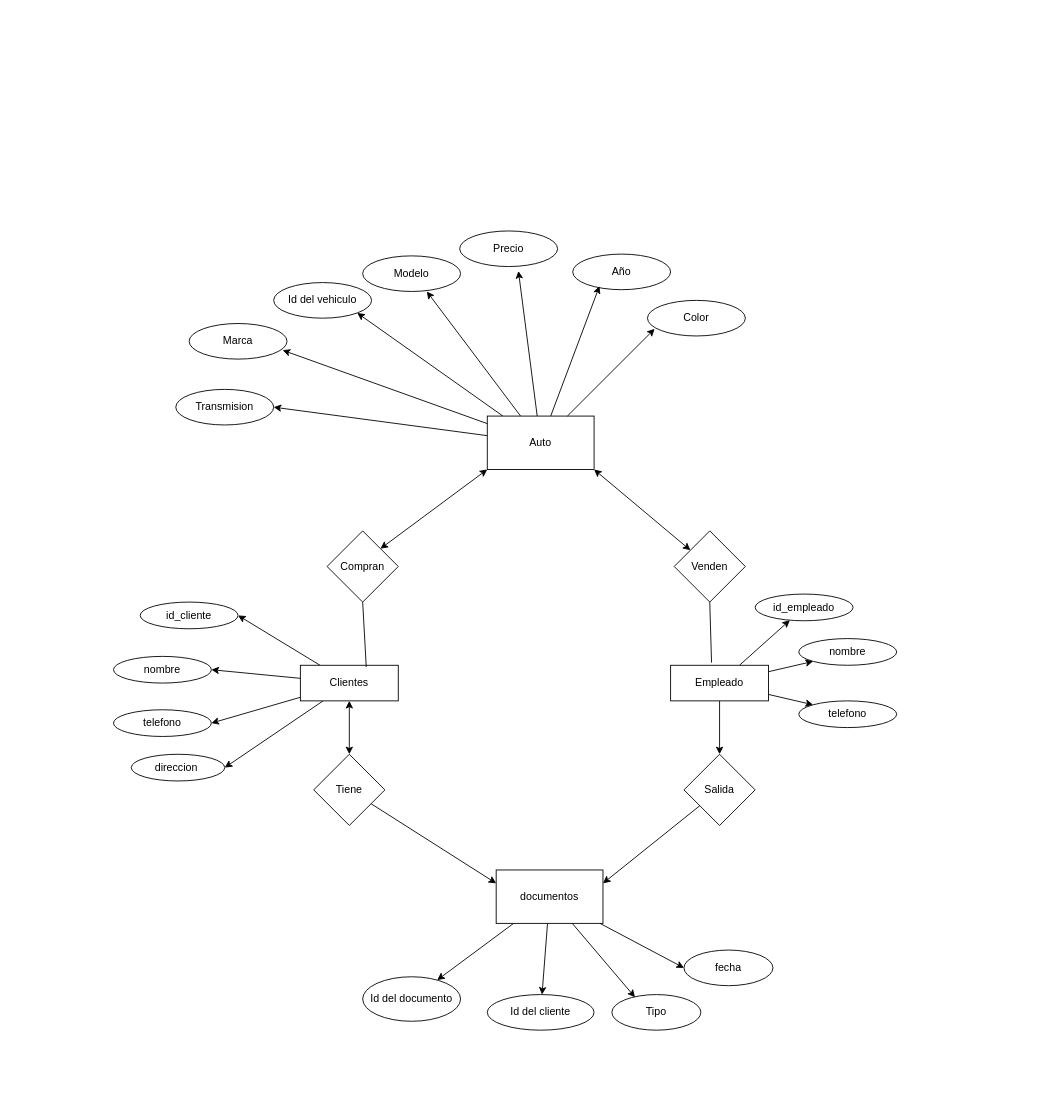
Earlier version of the draw.io diagram page "Página-1" (1 of 2) of diagrama/consencionaria.drawio (GerardoNR/fbd-gerardo-reyes). Source tidied: cells renumbered, new cells numbered last; positions are measured from the earlier drawing's top-left corner, leaving out a move shared by most shapes. Both pictures are drawn from the tidied source at 89%, with x=0, y=0 at pixel (113, 231).
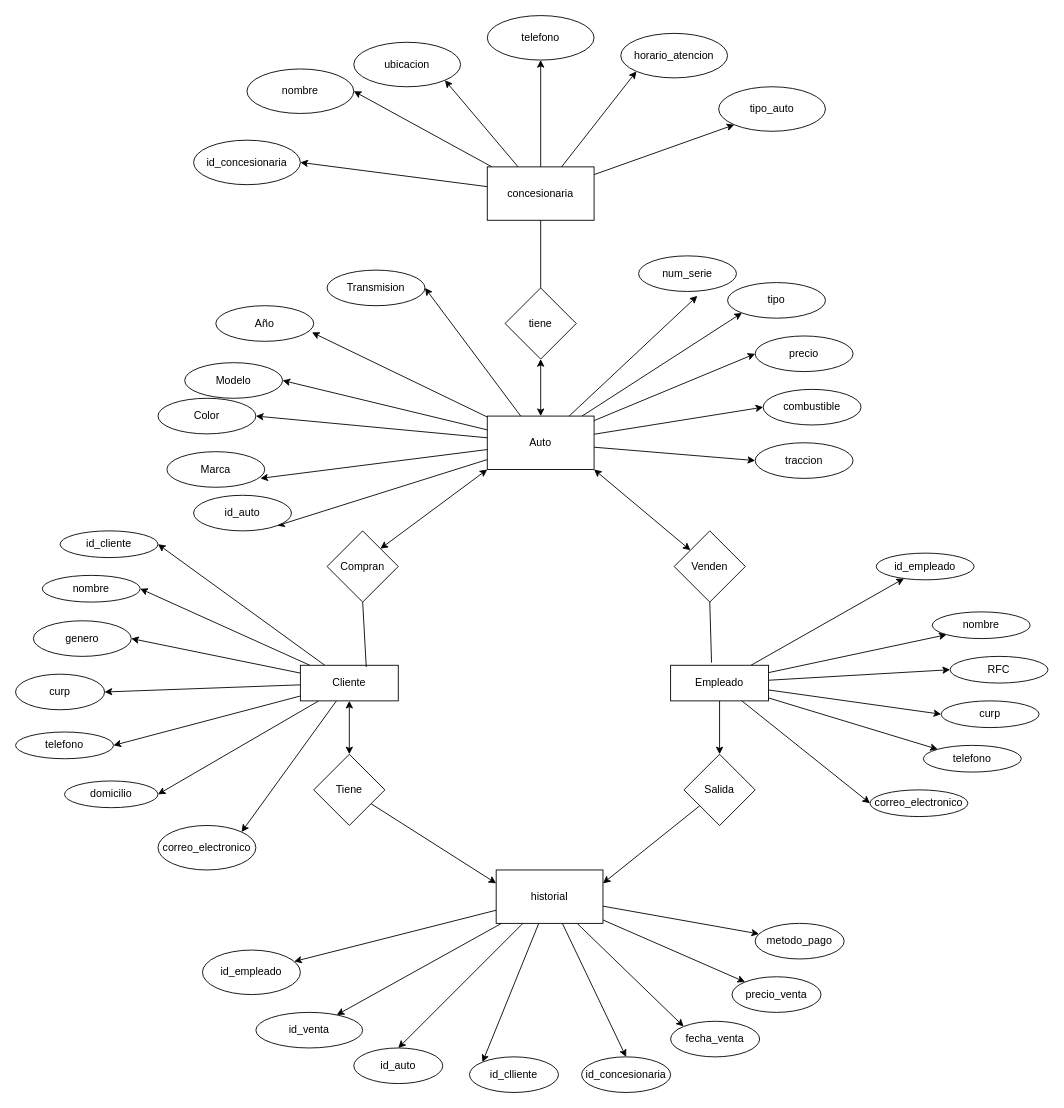
Above is the later version.

The change refers to these unchanged cells:
```xml
<mxCell id="4" value="Auto" style="rounded=0;whiteSpace=wrap;html=1;" parent="1" vertex="1">
  <mxGeometry x="420" y="208" width="120" height="60" as="geometry" />
</mxCell>
<mxCell id="30" value="Empleado" style="rounded=0;whiteSpace=wrap;html=1;" parent="1" vertex="1">
  <mxGeometry x="626" y="488" width="110" height="40" as="geometry" />
</mxCell>
```

What changed in the source:
```diff
@@
+    <mxCell id="54" style="rounded=0;jettySize=auto;html=1;entryX=0;entryY=0.5;entryDx=0;entryDy=0;" parent="1" edge="1" source="4" target="87">
+      <mxGeometry relative="1" as="geometry" />
+    </mxCell>
+    <mxCell id="55" style="rounded=0;jettySize=auto;html=1;entryX=0;entryY=0.5;entryDx=0;entryDy=0;" parent="1" edge="1" source="4" target="86">
+      <mxGeometry relative="1" as="geometry" />
+    </mxCell>
+    <mxCell id="56" style="rounded=0;jettySize=auto;html=1;entryX=0;entryY=0.5;entryDx=0;entryDy=0;" parent="1" edge="1" source="4" target="85">
+      <mxGeometry relative="1" as="geometry" />
+    </mxCell>
+    <mxCell id="57" style="rounded=0;jettySize=auto;html=1;entryX=0;entryY=1;entryDx=0;entryDy=0;" parent="1" edge="1" source="4" target="84">
+      <mxGeometry relative="1" as="geometry" />
+    </mxCell>
@@
     <mxCell id="5" value="Marca" style="ellipse;whiteSpace=wrap;html=1;" parent="1" vertex="1">
-      <mxGeometry x="85" y="104" width="110" height="40" as="geometry" />
+      <mxGeometry x="60" y="248" width="110" height="40" as="geometry" />
     </mxCell>
     <mxCell id="6" value="Año" style="ellipse;whiteSpace=wrap;html=1;" parent="1" vertex="1">
-      <mxGeometry x="516" y="26" width="110" height="40" as="geometry" />
+      <mxGeometry x="115" y="84" width="110" height="40" as="geometry" />
     </mxCell>
-    <mxCell id="7" value="Id del vehiculo" style="ellipse;whiteSpace=wrap;html=1;" parent="1" vertex="1">
-      <mxGeometry x="180" y="58" width="110" height="40" as="geometry" />
+    <mxCell id="7" value="id_auto" style="ellipse;whiteSpace=wrap;html=1;" parent="1" vertex="1">
+      <mxGeometry x="90" y="297" width="110" height="40" as="geometry" />
     </mxCell>
     <mxCell id="8" value="Modelo" style="ellipse;whiteSpace=wrap;html=1;" parent="1" vertex="1">
-      <mxGeometry x="280" y="28" width="110" height="40" as="geometry" />
+      <mxGeometry x="80" y="148" width="110" height="40" as="geometry" />
     </mxCell>
-    <mxCell id="9" value="Precio" style="ellipse;whiteSpace=wrap;html=1;" parent="1" vertex="1">
-      <mxGeometry x="389" width="110" height="40" as="geometry" />
+    <mxCell id="9" value="num_serie" style="ellipse;whiteSpace=wrap;html=1;" parent="1" vertex="1">
+      <mxGeometry x="590" y="28" width="110" height="40" as="geometry" />
     </mxCell>
     <mxCell id="10" value="Color" style="ellipse;whiteSpace=wrap;html=1;" parent="1" vertex="1">
-      <mxGeometry x="600" y="78" width="110" height="40" as="geometry" />
+      <mxGeometry x="50" y="188" width="110" height="40" as="geometry" />
     </mxCell>
@@
-    <mxCell id="13" style="rounded=0;jettySize=auto;html=1;entryX=0.073;entryY=0.8;entryDx=0;entryDy=0;entryPerimeter=0;" parent="1" edge="1" source="4" target="10">
+    <mxCell id="13" style="rounded=0;jettySize=auto;html=1;entryX=1;entryY=0.5;entryDx=0;entryDy=0;" parent="1" edge="1" source="4" target="10">
       <mxGeometry relative="1" as="geometry" />
     </mxCell>
-    <mxCell id="14" style="edgeStyle=none;rounded=0;jettySize=auto;html=1;entryX=0.273;entryY=0.9;entryDx=0;entryDy=0;entryPerimeter=0;" parent="1" edge="1" source="4" target="6">
+    <mxCell id="14" style="edgeStyle=none;rounded=0;jettySize=auto;html=1;entryX=0.982;entryY=0.75;entryDx=0;entryDy=0;entryPerimeter=0;" parent="1" edge="1" source="4" target="6">
       <mxGeometry relative="1" as="geometry" />
     </mxCell>
@@
-    <mxCell id="16" style="edgeStyle=none;rounded=0;jettySize=auto;html=1;entryX=0.655;entryY=1;entryDx=0;entryDy=0;entryPerimeter=0;" parent="1" edge="1" source="4" target="8">
+    <mxCell id="16" style="edgeStyle=none;rounded=0;jettySize=auto;html=1;entryX=1;entryY=0.5;entryDx=0;entryDy=0;" parent="1" edge="1" source="4" target="8">
       <mxGeometry relative="1" as="geometry" />
     </mxCell>
@@
     <mxCell id="18" value="Transmision" style="ellipse;whiteSpace=wrap;html=1;" parent="1" vertex="1">
-      <mxGeometry x="70" y="178" width="110" height="40" as="geometry" />
+      <mxGeometry x="240" y="44" width="110" height="40" as="geometry" />
     </mxCell>
@@
-    <mxCell id="22" style="edgeStyle=none;rounded=0;jettySize=auto;html=1;entryX=1;entryY=0.5;entryDx=0;entryDy=0;" parent="1" edge="1" source="25" target="47">
+    <mxCell id="22" style="rounded=0;jettySize=auto;html=1;entryX=1;entryY=0.5;entryDx=0;entryDy=0;" parent="1" edge="1" source="25" target="47">
       <mxGeometry relative="1" as="geometry" />
     </mxCell>
@@
+    <mxCell id="58" style="rounded=0;jettySize=auto;html=1;entryX=1;entryY=0.5;entryDx=0;entryDy=0;" parent="1" edge="1" source="25" target="77">
+      <mxGeometry relative="1" as="geometry" />
+    </mxCell>
+    <mxCell id="59" style="rounded=0;jettySize=auto;html=1;entryX=1;entryY=0.5;entryDx=0;entryDy=0;" parent="1" edge="1" source="25" target="78">
+      <mxGeometry relative="1" as="geometry" />
+    </mxCell>
+    <mxCell id="60" style="rounded=0;jettySize=auto;html=1;entryX=1;entryY=0;entryDx=0;entryDy=0;" parent="1" edge="1" source="25" target="79">
+      <mxGeometry relative="1" as="geometry" />
+    </mxCell>
-    <mxCell id="25" value="Clientes" style="rounded=0;whiteSpace=wrap;html=1;" parent="1" vertex="1">
+    <mxCell id="25" value="Cliente" style="rounded=0;whiteSpace=wrap;html=1;" parent="1" vertex="1">
       <mxGeometry x="210" y="488" width="110" height="40" as="geometry" />
     </mxCell>
@@
+    <mxCell id="61" style="rounded=0;jettySize=auto;html=1;entryX=0;entryY=0.5;entryDx=0;entryDy=0;" parent="1" edge="1" source="30" target="81">
+      <mxGeometry relative="1" as="geometry" />
+    </mxCell>
+    <mxCell id="62" style="rounded=0;jettySize=auto;html=1;entryX=0;entryY=0.5;entryDx=0;entryDy=0;" parent="1" edge="1" source="30" target="82">
+      <mxGeometry relative="1" as="geometry" />
+    </mxCell>
+    <mxCell id="63" style="rounded=0;jettySize=auto;html=1;entryX=0;entryY=0.5;entryDx=0;entryDy=0;" parent="1" edge="1" source="30" target="83">
+      <mxGeometry relative="1" as="geometry" />
+    </mxCell>
@@
-    <mxCell id="37" style="edgeStyle=none;rounded=0;jettySize=auto;html=1;entryX=0;entryY=0.5;entryDx=0;entryDy=0;" parent="1" edge="1" source="38" target="50">
+    <mxCell id="37" style="edgeStyle=none;rounded=0;jettySize=auto;html=1;entryX=0;entryY=0;entryDx=0;entryDy=0;" parent="1" edge="1" source="38" target="50">
       <mxGeometry relative="1" as="geometry" />
     </mxCell>
+    <mxCell id="64" style="rounded=0;jettySize=auto;html=1;entryX=0.5;entryY=0;entryDx=0;entryDy=0;" parent="1" edge="1" source="38" target="96">
+      <mxGeometry relative="1" as="geometry" />
+    </mxCell>
+    <mxCell id="65" style="rounded=0;jettySize=auto;html=1;entryX=0;entryY=0;entryDx=0;entryDy=0;" parent="1" edge="1" source="38" target="97">
+      <mxGeometry relative="1" as="geometry" />
+    </mxCell>
+    <mxCell id="66" style="rounded=0;jettySize=auto;html=1;entryX=0;entryY=0;entryDx=0;entryDy=0;" parent="1" edge="1" source="38" target="98">
+      <mxGeometry relative="1" as="geometry" />
+    </mxCell>
+    <mxCell id="67" style="rounded=0;jettySize=auto;html=1;" parent="1" edge="1" source="38" target="99">
+      <mxGeometry relative="1" as="geometry" />
+    </mxCell>
-    <mxCell id="38" value="documentos" style="rounded=0;whiteSpace=wrap;html=1;" parent="1" vertex="1">
+    <mxCell id="38" value="historial" style="rounded=0;whiteSpace=wrap;html=1;" parent="1" vertex="1">
       <mxGeometry x="430" y="718" width="120" height="60" as="geometry" />
     </mxCell>
-    <mxCell id="39" value="Id del documento" style="ellipse;whiteSpace=wrap;html=1;" parent="1" vertex="1">
-      <mxGeometry x="280" y="838" width="110" height="50" as="geometry" />
+    <mxCell id="39" value="id_empleado" style="ellipse;whiteSpace=wrap;html=1;" parent="1" vertex="1">
+      <mxGeometry x="100" y="808" width="110" height="50" as="geometry" />
     </mxCell>
-    <mxCell id="40" value="Id del cliente" style="ellipse;whiteSpace=wrap;html=1;" parent="1" vertex="1">
-      <mxGeometry x="420" y="858" width="120" height="40" as="geometry" />
+    <mxCell id="40" value="id_venta" style="ellipse;whiteSpace=wrap;html=1;" parent="1" vertex="1">
+      <mxGeometry x="160" y="878" width="120" height="40" as="geometry" />
     </mxCell>
-    <mxCell id="41" value="Tipo" style="ellipse;whiteSpace=wrap;html=1;" parent="1" vertex="1">
-      <mxGeometry x="560" y="858" width="100" height="40" as="geometry" />
+    <mxCell id="41" value="id_auto" style="ellipse;whiteSpace=wrap;html=1;" parent="1" vertex="1">
+      <mxGeometry x="270" y="918" width="100" height="40" as="geometry" />
     </mxCell>
-    <mxCell id="42" style="edgeStyle=none;rounded=0;jettySize=auto;html=1;entryX=0.26;entryY=0.075;entryDx=0;entryDy=0;entryPerimeter=0;" parent="1" edge="1" source="38" target="41">
+    <mxCell id="42" style="edgeStyle=none;rounded=0;jettySize=auto;html=1;entryX=0.5;entryY=0;entryDx=0;entryDy=0;" parent="1" edge="1" source="38" target="41">
       <mxGeometry relative="1" as="geometry" />
     </mxCell>
@@
     <mxCell id="46" value="telefono" style="ellipse;whiteSpace=wrap;html=1;" parent="1" vertex="1">
-      <mxGeometry y="538" width="110" height="30" as="geometry" />
+      <mxGeometry x="-110" y="563" width="110" height="30" as="geometry" />
     </mxCell>
     <mxCell id="47" value="nombre" style="ellipse;whiteSpace=wrap;html=1;" parent="1" vertex="1">
-      <mxGeometry y="478" width="110" height="30" as="geometry" />
+      <mxGeometry x="-80" y="387" width="110" height="30" as="geometry" />
     </mxCell>
     <mxCell id="48" value="id_cliente" style="ellipse;whiteSpace=wrap;html=1;" parent="1" vertex="1">
-      <mxGeometry x="30" y="417" width="110" height="30" as="geometry" />
+      <mxGeometry x="-60" y="337" width="110" height="30" as="geometry" />
     </mxCell>
-    <mxCell id="49" value="direccion&amp;nbsp;" style="ellipse;whiteSpace=wrap;html=1;" parent="1" vertex="1">
-      <mxGeometry x="20" y="588" width="105" height="30" as="geometry" />
+    <mxCell id="49" value="domicilio" style="ellipse;whiteSpace=wrap;html=1;" parent="1" vertex="1">
+      <mxGeometry x="-55" y="618" width="105" height="30" as="geometry" />
     </mxCell>
-    <mxCell id="50" value="fecha" style="ellipse;whiteSpace=wrap;html=1;" parent="1" vertex="1">
-      <mxGeometry x="641" y="808" width="100" height="40" as="geometry" />
+    <mxCell id="50" value="id_clliente" style="ellipse;whiteSpace=wrap;html=1;" parent="1" vertex="1">
+      <mxGeometry x="400" y="928" width="100" height="40" as="geometry" />
     </mxCell>
     <mxCell id="51" value="id_empleado" style="ellipse;whiteSpace=wrap;html=1;" parent="1" vertex="1">
-      <mxGeometry x="721" y="408" width="110" height="30" as="geometry" />
+      <mxGeometry x="857" y="362" width="110" height="30" as="geometry" />
     </mxCell>
     <mxCell id="52" value="nombre" style="ellipse;whiteSpace=wrap;html=1;" parent="1" vertex="1">
-      <mxGeometry x="770" y="458" width="110" height="30" as="geometry" />
+      <mxGeometry x="920" y="428" width="110" height="30" as="geometry" />
     </mxCell>
     <mxCell id="53" value="telefono" style="ellipse;whiteSpace=wrap;html=1;" parent="1" vertex="1">
-      <mxGeometry x="770" y="528" width="110" height="30" as="geometry" />
+      <mxGeometry x="910" y="578" width="110" height="30" as="geometry" />
     </mxCell>
+    <mxCell id="68" style="rounded=0;jettySize=auto;html=1;entryX=1;entryY=0.5;entryDx=0;entryDy=0;" parent="1" edge="1" source="74" target="90">
+      <mxGeometry relative="1" as="geometry" />
+    </mxCell>
+    <mxCell id="69" style="rounded=0;jettySize=auto;html=1;entryX=1;entryY=0.5;entryDx=0;entryDy=0;" parent="1" edge="1" source="74" target="91">
+      <mxGeometry relative="1" as="geometry" />
+    </mxCell>
+    <mxCell id="70" style="rounded=0;jettySize=auto;html=1;entryX=1;entryY=1;entryDx=0;entryDy=0;" parent="1" edge="1" source="74" target="92">
+      <mxGeometry relative="1" as="geometry" />
+    </mxCell>
+    <mxCell id="71" style="rounded=0;jettySize=auto;html=1;entryX=0.5;entryY=1;entryDx=0;entryDy=0;" parent="1" edge="1" source="74" target="93">
+      <mxGeometry relative="1" as="geometry" />
+    </mxCell>
+    <mxCell id="72" style="rounded=0;jettySize=auto;html=1;entryX=0;entryY=1;entryDx=0;entryDy=0;" parent="1" edge="1" source="74" target="94">
+      <mxGeometry relative="1" as="geometry" />
+    </mxCell>
+    <mxCell id="73" style="rounded=0;jettySize=auto;html=1;entryX=0;entryY=1;entryDx=0;entryDy=0;" parent="1" edge="1" source="74" target="95">
+      <mxGeometry relative="1" as="geometry" />
+    </mxCell>
+    <mxCell id="74" value="concesionaria" style="rounded=0;whiteSpace=wrap;html=1;" parent="1" vertex="1">
+      <mxGeometry x="420" y="-72" width="120" height="60" as="geometry" />
+    </mxCell>
+    <mxCell id="75" value="tiene" style="rhombus;whiteSpace=wrap;html=1;" parent="1" vertex="1">
+      <mxGeometry x="440" y="64" width="80" height="80" as="geometry" />
+    </mxCell>
+    <mxCell id="76" style="edgeStyle=orthogonalEdgeStyle;rounded=0;orthogonalLoop=1;jettySize=auto;html=1;exitX=0.5;exitY=1;exitDx=0;exitDy=0;" parent="1" edge="1" source="51" target="51">
+      <mxGeometry relative="1" as="geometry" />
+    </mxCell>
+    <mxCell id="77" value="genero" style="ellipse;whiteSpace=wrap;html=1;" parent="1" vertex="1">
+      <mxGeometry x="-90" y="438" width="110" height="40" as="geometry" />
+    </mxCell>
+    <mxCell id="78" value="curp" style="ellipse;whiteSpace=wrap;html=1;" parent="1" vertex="1">
+      <mxGeometry x="-110" y="498" width="100" height="40" as="geometry" />
+    </mxCell>
+    <mxCell id="79" value="correo_electronico" style="ellipse;whiteSpace=wrap;html=1;" parent="1" vertex="1">
+      <mxGeometry x="50" y="668" width="110" height="50" as="geometry" />
+    </mxCell>
+    <mxCell id="80" style="edgeStyle=orthogonalEdgeStyle;rounded=0;orthogonalLoop=1;jettySize=auto;html=1;exitX=0.5;exitY=1;exitDx=0;exitDy=0;" parent="1" edge="1" source="47" target="47">
+      <mxGeometry relative="1" as="geometry" />
+    </mxCell>
+    <mxCell id="81" value="RFC" style="ellipse;whiteSpace=wrap;html=1;" parent="1" vertex="1">
+      <mxGeometry x="940" y="478" width="110" height="30" as="geometry" />
+    </mxCell>
+    <mxCell id="82" value="curp" style="ellipse;whiteSpace=wrap;html=1;" parent="1" vertex="1">
+      <mxGeometry x="930" y="528" width="110" height="30" as="geometry" />
+    </mxCell>
+    <mxCell id="83" value="correo_electronico" style="ellipse;whiteSpace=wrap;html=1;" parent="1" vertex="1">
+      <mxGeometry x="850" y="628" width="110" height="30" as="geometry" />
+    </mxCell>
+    <mxCell id="84" value="tipo" style="ellipse;whiteSpace=wrap;html=1;" parent="1" vertex="1">
+      <mxGeometry x="690" y="58" width="110" height="40" as="geometry" />
+    </mxCell>
+    <mxCell id="85" value="precio" style="ellipse;whiteSpace=wrap;html=1;" parent="1" vertex="1">
+      <mxGeometry x="721" y="118" width="110" height="40" as="geometry" />
+    </mxCell>
+    <mxCell id="86" value="combustible" style="ellipse;whiteSpace=wrap;html=1;" parent="1" vertex="1">
+      <mxGeometry x="730" y="178" width="110" height="40" as="geometry" />
+    </mxCell>
+    <mxCell id="87" value="traccion" style="ellipse;whiteSpace=wrap;html=1;" parent="1" vertex="1">
+      <mxGeometry x="721" y="238" width="110" height="40" as="geometry" />
+    </mxCell>
+    <mxCell id="88" style="endArrow=classic;startArrow=classic;html=1;rounded=0;entryX=0.5;entryY=1;entryDx=0;entryDy=0;" parent="1" edge="1" source="4" target="75">
+      <mxGeometry relative="1" as="geometry" />
+    </mxCell>
+    <mxCell id="89" style="endArrow=none;html=1;rounded=0;entryX=0.5;entryY=1;entryDx=0;entryDy=0;exitX=0.5;exitY=0;exitDx=0;exitDy=0;" parent="1" edge="1" source="75" target="74">
+      <mxGeometry relative="1" as="geometry" />
+    </mxCell>
+    <mxCell id="90" value="id_concesionaria" style="ellipse;whiteSpace=wrap;html=1;" parent="1" vertex="1">
+      <mxGeometry x="90" y="-102" width="120" height="50" as="geometry" />
+    </mxCell>
+    <mxCell id="91" value="nombre" style="ellipse;whiteSpace=wrap;html=1;" parent="1" vertex="1">
+      <mxGeometry x="150" y="-182" width="120" height="50" as="geometry" />
+    </mxCell>
+    <mxCell id="92" value="ubicacion" style="ellipse;whiteSpace=wrap;html=1;" parent="1" vertex="1">
+      <mxGeometry x="270" y="-212" width="120" height="50" as="geometry" />
+    </mxCell>
+    <mxCell id="93" value="telefono" style="ellipse;whiteSpace=wrap;html=1;" parent="1" vertex="1">
+      <mxGeometry x="420" y="-242" width="120" height="50" as="geometry" />
+    </mxCell>
+    <mxCell id="94" value="horario_atencion" style="ellipse;whiteSpace=wrap;html=1;" parent="1" vertex="1">
+      <mxGeometry x="570" y="-222" width="120" height="50" as="geometry" />
+    </mxCell>
+    <mxCell id="95" value="tipo_auto" style="ellipse;whiteSpace=wrap;html=1;" parent="1" vertex="1">
+      <mxGeometry x="680" y="-162" width="120" height="50" as="geometry" />
+    </mxCell>
+    <mxCell id="96" value="id_concesionaria" style="ellipse;whiteSpace=wrap;html=1;" parent="1" vertex="1">
+      <mxGeometry x="526" y="928" width="100" height="40" as="geometry" />
+    </mxCell>
+    <mxCell id="97" value="fecha_venta" style="ellipse;whiteSpace=wrap;html=1;" parent="1" vertex="1">
+      <mxGeometry x="626" y="888" width="100" height="40" as="geometry" />
+    </mxCell>
+    <mxCell id="98" value="precio_venta" style="ellipse;whiteSpace=wrap;html=1;" parent="1" vertex="1">
+      <mxGeometry x="695" y="838" width="100" height="40" as="geometry" />
+    </mxCell>
+    <mxCell id="99" value="metodo_pago" style="ellipse;whiteSpace=wrap;html=1;" parent="1" vertex="1">
+      <mxGeometry x="721" y="778" width="100" height="40" as="geometry" />
+    </mxCell>
```
